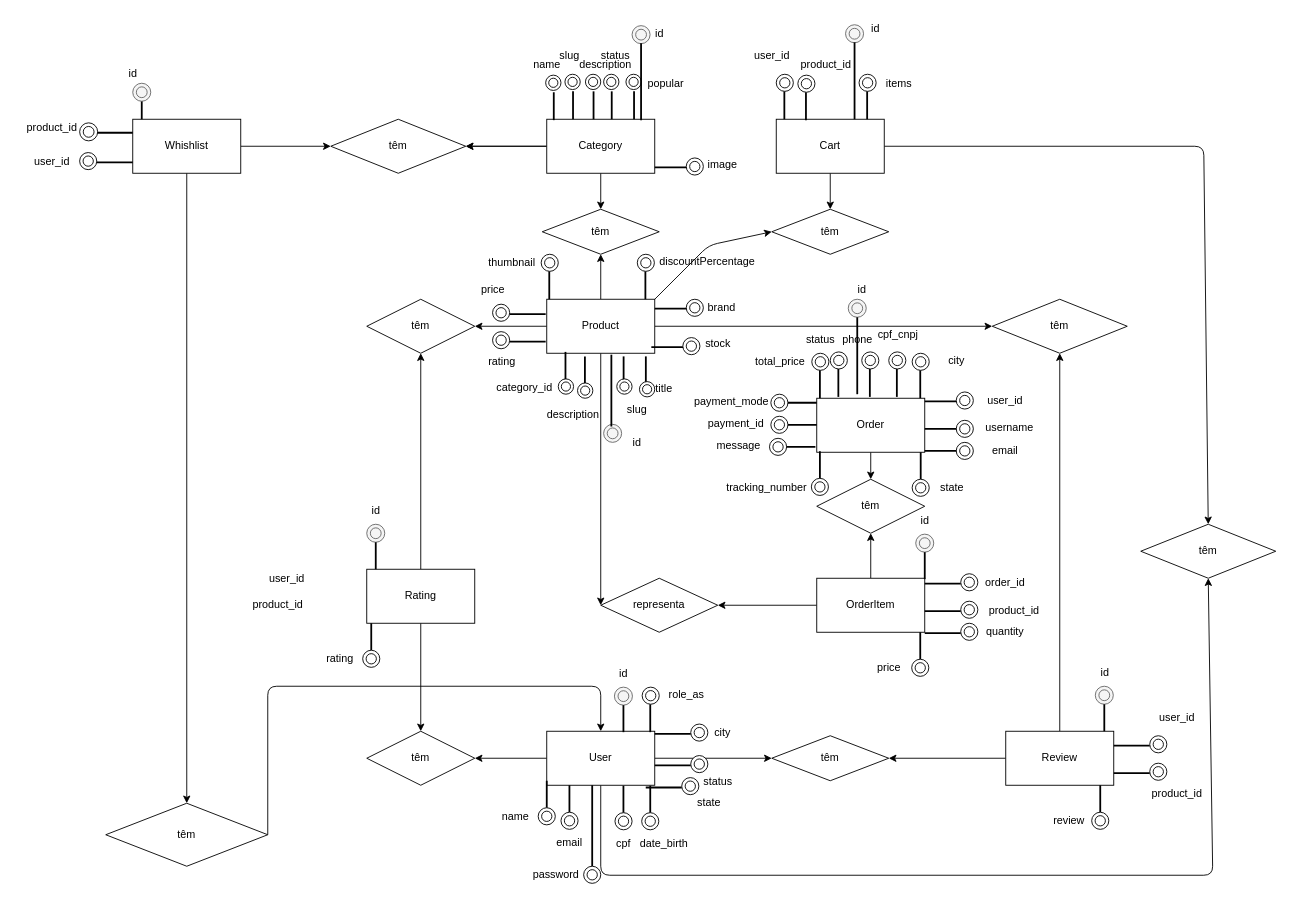
Before: datamodel.drawio in kevin504-max/eshop, a draw.io diagram. Source tidied: cells renumbered, new cells numbered last; positions are measured from the earlier drawing's top-left corner, leaving out a move shared by most shapes. Both pictures are drawn from the tidied source at 90%, with x=0, y=0 at pixel (15, 14).
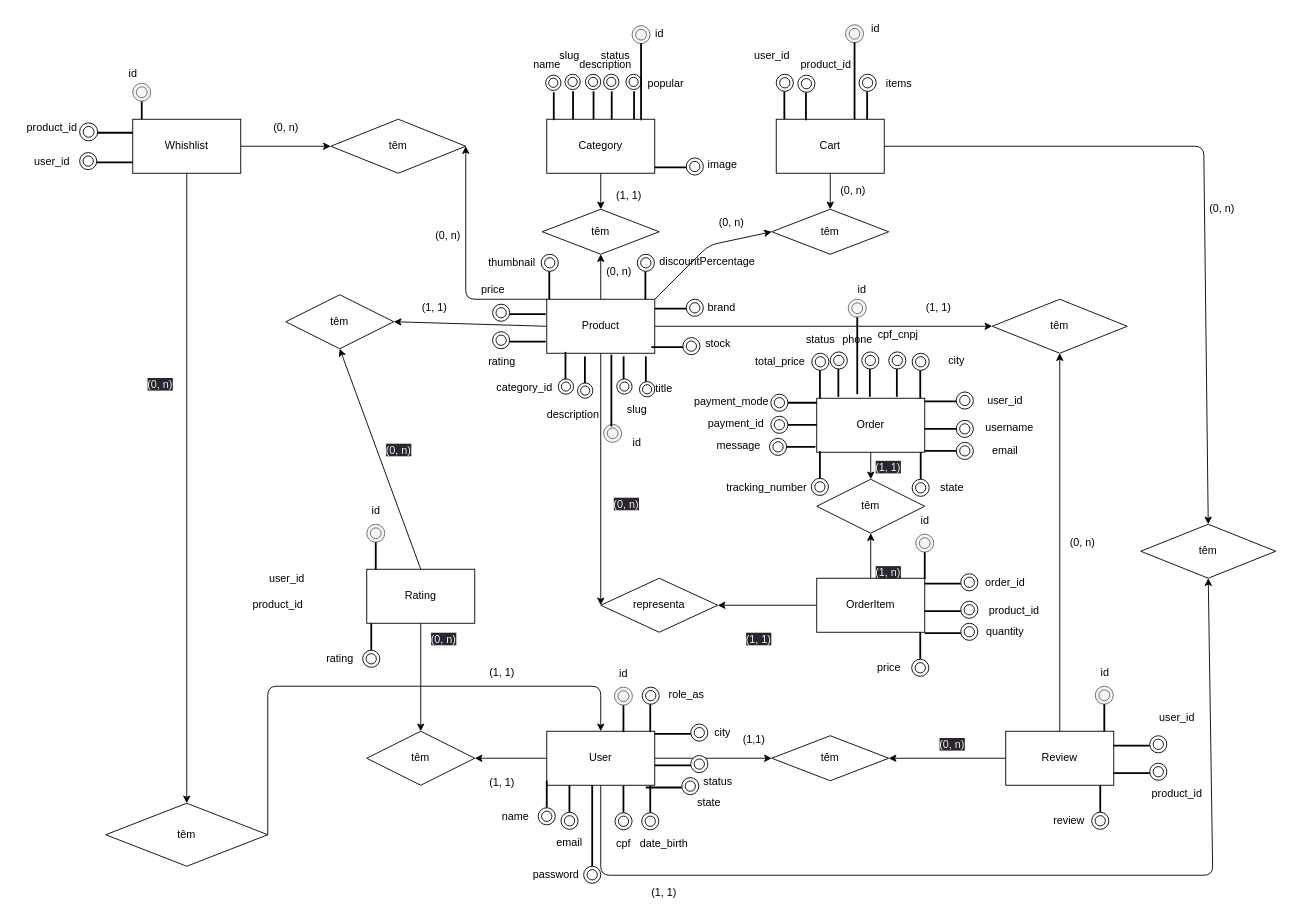
The same page after the edit.

Commit message (it also covers changes not shown here):
chore: datamodel and diagram er

The change refers to these unchanged cells:
```xml
<mxCell id="7" value="Product" style="rounded=0;whiteSpace=wrap;html=1;" parent="1" vertex="1">
  <mxGeometry x="590" y="316" width="120" height="60" as="geometry" />
</mxCell>
<mxCell id="11" value="Category" style="rounded=0;whiteSpace=wrap;html=1;" parent="1" vertex="1">
  <mxGeometry x="590" y="116" width="120" height="60" as="geometry" />
</mxCell>
<mxCell id="42" value="têm" style="rhombus;whiteSpace=wrap;html=1;" parent="1" vertex="1">
  <mxGeometry x="350" y="116" width="150" height="60" as="geometry" />
</mxCell>
```

The edit, as a diff of the source:
```diff
@@
-    <mxCell id="9" style="edgeStyle=none;html=1;" parent="1" edge="1" source="11" target="42">
-      <mxGeometry relative="1" as="geometry" />
-    </mxCell>
-    <mxCell id="10" style="edgeStyle=none;html=1;exitX=0;exitY=0.5;exitDx=0;exitDy=0;entryX=1;entryY=0.5;entryDx=0;entryDy=0;" parent="1" edge="1" source="11" target="42">
-      <mxGeometry relative="1" as="geometry" />
+    <mxCell id="10" style="edgeStyle=none;html=1;entryX=1;entryY=0.5;entryDx=0;entryDy=0;exitX=0;exitY=0;exitDx=0;exitDy=0;" parent="1" edge="1" source="7" target="42">
+      <mxGeometry relative="1" as="geometry">
+        <Array as="points">
+          <mxPoint x="500" y="316" />
+        </Array>
+      </mxGeometry>
     </mxCell>
@@
     <mxCell id="23" value="têm" style="rhombus;whiteSpace=wrap;html=1;" parent="1" vertex="1">
-      <mxGeometry x="390" y="316" width="120" height="60" as="geometry" />
+      <mxGeometry x="300" y="311" width="120" height="60" as="geometry" />
     </mxCell>
@@
+    <mxCell id="229" value="(0, n)" style="text;html=1;align=center;verticalAlign=middle;strokeColor=none;fillColor=none;" parent="1" vertex="1">
+      <mxGeometry x="275" y="111" width="50" height="30" as="geometry" />
+    </mxCell>
+    <mxCell id="230" value="(0, n)" style="text;html=1;align=center;verticalAlign=middle;strokeColor=none;fillColor=none;" parent="1" vertex="1">
+      <mxGeometry x="455" y="231" width="50" height="30" as="geometry" />
+    </mxCell>
+    <mxCell id="231" value="(1, 1)" style="text;html=1;align=center;verticalAlign=middle;strokeColor=none;fillColor=none;" parent="1" vertex="1">
+      <mxGeometry x="656.2" y="186" width="50" height="30" as="geometry" />
+    </mxCell>
+    <mxCell id="232" value="(0, n)" style="text;html=1;align=center;verticalAlign=middle;strokeColor=none;fillColor=none;" parent="1" vertex="1">
+      <mxGeometry x="645" y="271" width="50" height="30" as="geometry" />
+    </mxCell>
+    <mxCell id="233" value="(0, n)" style="text;html=1;align=center;verticalAlign=middle;strokeColor=none;fillColor=none;" parent="1" vertex="1">
+      <mxGeometry x="905" y="181" width="50" height="30" as="geometry" />
+    </mxCell>
+    <mxCell id="234" value="(0, n)" style="text;html=1;align=center;verticalAlign=middle;strokeColor=none;fillColor=none;" parent="1" vertex="1">
+      <mxGeometry x="770" y="216" width="50" height="30" as="geometry" />
+    </mxCell>
+    <mxCell id="235" value="(1, 1)" style="text;html=1;align=center;verticalAlign=middle;strokeColor=none;fillColor=none;" parent="1" vertex="1">
+      <mxGeometry x="695" y="961" width="50" height="30" as="geometry" />
+    </mxCell>
+    <mxCell id="236" value="(0, n)" style="text;html=1;align=center;verticalAlign=middle;strokeColor=none;fillColor=none;" parent="1" vertex="1">
+      <mxGeometry x="1315" y="201" width="50" height="30" as="geometry" />
+    </mxCell>
+    <mxCell id="237" value="(0, n)" style="text;html=1;align=center;verticalAlign=middle;strokeColor=none;fillColor=none;" parent="1" vertex="1">
+      <mxGeometry x="1160" y="572" width="50" height="30" as="geometry" />
+    </mxCell>
+    <mxCell id="238" value="(1, 1)" style="text;html=1;align=center;verticalAlign=middle;strokeColor=none;fillColor=none;" parent="1" vertex="1">
+      <mxGeometry x="1000" y="310.5" width="50" height="30" as="geometry" />
+    </mxCell>
+    <mxCell id="239" value="&#10;&lt;span style=&quot;color: rgb(240, 240, 240); font-family: Helvetica; font-size: 12px; font-style: normal; font-variant-ligatures: normal; font-variant-caps: normal; font-weight: 400; letter-spacing: normal; orphans: 2; text-align: center; text-indent: 0px; text-transform: none; widows: 2; word-spacing: 0px; -webkit-text-stroke-width: 0px; background-color: rgb(42, 37, 47); text-decoration-thickness: initial; text-decoration-style: initial; text-decoration-color: initial; float: none; display: inline !important;&quot;&gt;(0, n)&lt;/span&gt;&#10;&#10;" style="text;html=1;align=center;verticalAlign=middle;strokeColor=none;fillColor=none;" parent="1" vertex="1">
+      <mxGeometry x="1015" y="788" width="50" height="60" as="geometry" />
+    </mxCell>
+    <mxCell id="240" value="(1,1)" style="text;html=1;align=center;verticalAlign=middle;strokeColor=none;fillColor=none;" parent="1" vertex="1">
+      <mxGeometry x="795" y="791" width="50" height="30" as="geometry" />
+    </mxCell>
+    <mxCell id="241" value="(1, 1)" style="text;html=1;align=center;verticalAlign=middle;strokeColor=none;fillColor=none;" parent="1" vertex="1">
+      <mxGeometry x="515" y="837.5" width="50" height="30" as="geometry" />
+    </mxCell>
+    <mxCell id="242" value="(1, 1)" style="text;html=1;align=center;verticalAlign=middle;strokeColor=none;fillColor=none;" parent="1" vertex="1">
+      <mxGeometry x="440" y="310.5" width="50" height="30" as="geometry" />
+    </mxCell>
+    <mxCell id="243" value="&#10;&lt;span style=&quot;color: rgb(240, 240, 240); font-family: Helvetica; font-size: 12px; font-style: normal; font-variant-ligatures: normal; font-variant-caps: normal; font-weight: 400; letter-spacing: normal; orphans: 2; text-align: center; text-indent: 0px; text-transform: none; widows: 2; word-spacing: 0px; -webkit-text-stroke-width: 0px; background-color: rgb(42, 37, 47); text-decoration-thickness: initial; text-decoration-style: initial; text-decoration-color: initial; float: none; display: inline !important;&quot;&gt;(0, n)&lt;/span&gt;&#10;&#10;" style="text;html=1;align=center;verticalAlign=middle;strokeColor=none;fillColor=none;" parent="1" vertex="1">
+      <mxGeometry x="450" y="671" width="50" height="60" as="geometry" />
+    </mxCell>
+    <mxCell id="244" value="&#10;&lt;span style=&quot;color: rgb(240, 240, 240); font-family: Helvetica; font-size: 12px; font-style: normal; font-variant-ligatures: normal; font-variant-caps: normal; font-weight: 400; letter-spacing: normal; orphans: 2; text-align: center; text-indent: 0px; text-transform: none; widows: 2; word-spacing: 0px; -webkit-text-stroke-width: 0px; background-color: rgb(42, 37, 47); text-decoration-thickness: initial; text-decoration-style: initial; text-decoration-color: initial; float: none; display: inline !important;&quot;&gt;(0, n)&lt;/span&gt;&#10;&#10;" style="text;html=1;align=center;verticalAlign=middle;strokeColor=none;fillColor=none;" parent="1" vertex="1">
+      <mxGeometry x="400" y="461" width="50" height="60" as="geometry" />
+    </mxCell>
+    <mxCell id="245" value="(1, 1)" style="text;html=1;align=center;verticalAlign=middle;strokeColor=none;fillColor=none;" parent="1" vertex="1">
+      <mxGeometry x="515" y="716" width="50" height="30" as="geometry" />
+    </mxCell>
+    <mxCell id="246" value="&#10;&lt;span style=&quot;color: rgb(240, 240, 240); font-family: Helvetica; font-size: 12px; font-style: normal; font-variant-ligatures: normal; font-variant-caps: normal; font-weight: 400; letter-spacing: normal; orphans: 2; text-align: center; text-indent: 0px; text-transform: none; widows: 2; word-spacing: 0px; -webkit-text-stroke-width: 0px; background-color: rgb(42, 37, 47); text-decoration-thickness: initial; text-decoration-style: initial; text-decoration-color: initial; float: none; display: inline !important;&quot;&gt;(0, n)&lt;/span&gt;&#10;&#10;" style="text;html=1;align=center;verticalAlign=middle;strokeColor=none;fillColor=none;" parent="1" vertex="1">
+      <mxGeometry x="135" y="387.5" width="50" height="60" as="geometry" />
+    </mxCell>
+    <mxCell id="247" value="&lt;br&gt;&lt;span style=&quot;color: rgb(240, 240, 240); font-family: Helvetica; font-size: 12px; font-style: normal; font-variant-ligatures: normal; font-variant-caps: normal; font-weight: 400; letter-spacing: normal; orphans: 2; text-align: center; text-indent: 0px; text-transform: none; widows: 2; word-spacing: 0px; -webkit-text-stroke-width: 0px; background-color: rgb(42, 37, 47); text-decoration-thickness: initial; text-decoration-style: initial; text-decoration-color: initial; float: none; display: inline !important;&quot;&gt;(1, 1)&lt;/span&gt;&lt;br&gt;" style="text;html=1;align=center;verticalAlign=middle;strokeColor=none;fillColor=none;" parent="1" vertex="1">
+      <mxGeometry x="800" y="665.5" width="50" height="40" as="geometry" />
+    </mxCell>
+    <mxCell id="248" value="&#10;&lt;span style=&quot;color: rgb(240, 240, 240); font-family: Helvetica; font-size: 12px; font-style: normal; font-variant-ligatures: normal; font-variant-caps: normal; font-weight: 400; letter-spacing: normal; orphans: 2; text-align: center; text-indent: 0px; text-transform: none; widows: 2; word-spacing: 0px; -webkit-text-stroke-width: 0px; background-color: rgb(42, 37, 47); text-decoration-thickness: initial; text-decoration-style: initial; text-decoration-color: initial; float: none; display: inline !important;&quot;&gt;(0, n)&lt;/span&gt;&#10;&#10;" style="text;html=1;align=center;verticalAlign=middle;strokeColor=none;fillColor=none;" parent="1" vertex="1">
+      <mxGeometry x="653" y="521" width="50" height="60" as="geometry" />
+    </mxCell>
+    <mxCell id="249" style="text;html=1;align=center;verticalAlign=middle;strokeColor=none;fillColor=none;" parent="1" vertex="1">
+      <mxGeometry x="970" y="581" width="20" height="30" as="geometry" />
+    </mxCell>
+    <mxCell id="250" value="&lt;br&gt;&lt;span style=&quot;color: rgb(240, 240, 240); font-family: Helvetica; font-size: 12px; font-style: normal; font-variant-ligatures: normal; font-variant-caps: normal; font-weight: 400; letter-spacing: normal; orphans: 2; text-align: center; text-indent: 0px; text-transform: none; widows: 2; word-spacing: 0px; -webkit-text-stroke-width: 0px; background-color: rgb(42, 37, 47); text-decoration-thickness: initial; text-decoration-style: initial; text-decoration-color: initial; float: none; display: inline !important;&quot;&gt;(1, n)&lt;/span&gt;&lt;br&gt;" style="text;html=1;align=center;verticalAlign=middle;strokeColor=none;fillColor=none;" parent="1" vertex="1">
+      <mxGeometry x="944" y="592" width="50" height="40" as="geometry" />
+    </mxCell>
+    <mxCell id="251" value="&lt;br&gt;&lt;span style=&quot;color: rgb(240, 240, 240); font-family: Helvetica; font-size: 12px; font-style: normal; font-variant-ligatures: normal; font-variant-caps: normal; font-weight: 400; letter-spacing: normal; orphans: 2; text-align: center; text-indent: 0px; text-transform: none; widows: 2; word-spacing: 0px; -webkit-text-stroke-width: 0px; background-color: rgb(42, 37, 47); text-decoration-thickness: initial; text-decoration-style: initial; text-decoration-color: initial; float: none; display: inline !important;&quot;&gt;(1, 1)&lt;/span&gt;&lt;br&gt;" style="text;html=1;align=center;verticalAlign=middle;strokeColor=none;fillColor=none;" parent="1" vertex="1">
+      <mxGeometry x="944" y="475" width="50" height="40" as="geometry" />
+    </mxCell>
```
